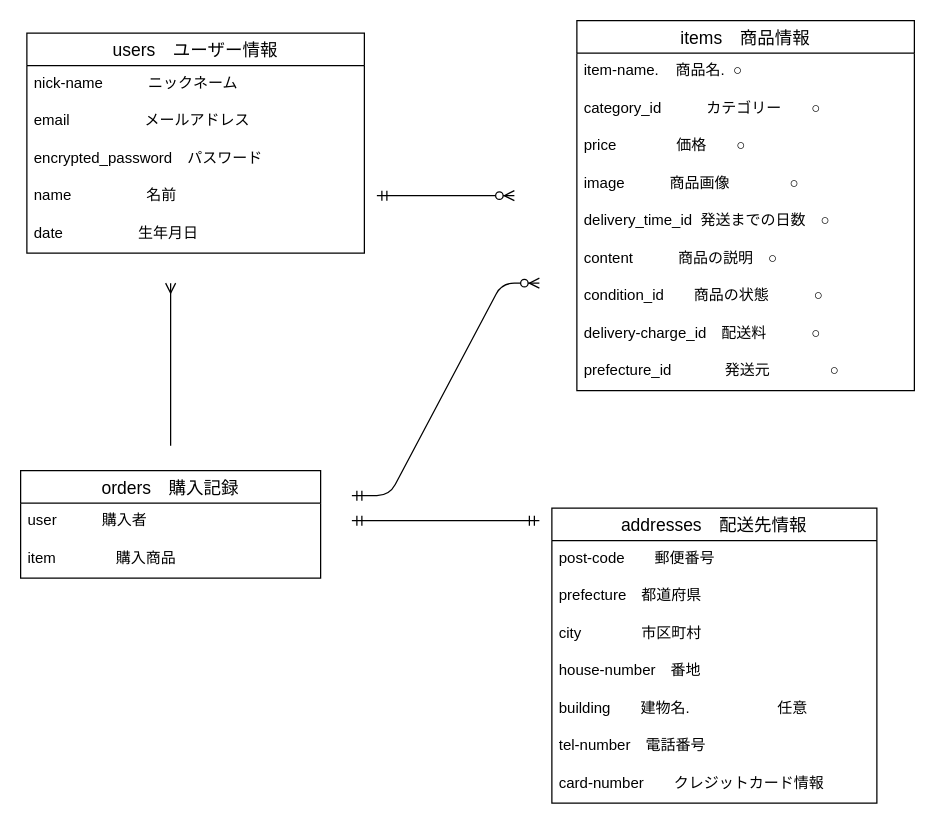
Earlier version of the draw.io diagram ER図.dio (yamaguchinorimitsu/furima-38344). Source tidied: cells renumbered, new cells numbered last; positions are measured from the earlier drawing's top-left corner, leaving out a move shared by most shapes. Both pictures are drawn from the tidied source at 125%, with x=0, y=0 at pixel (20, 20).
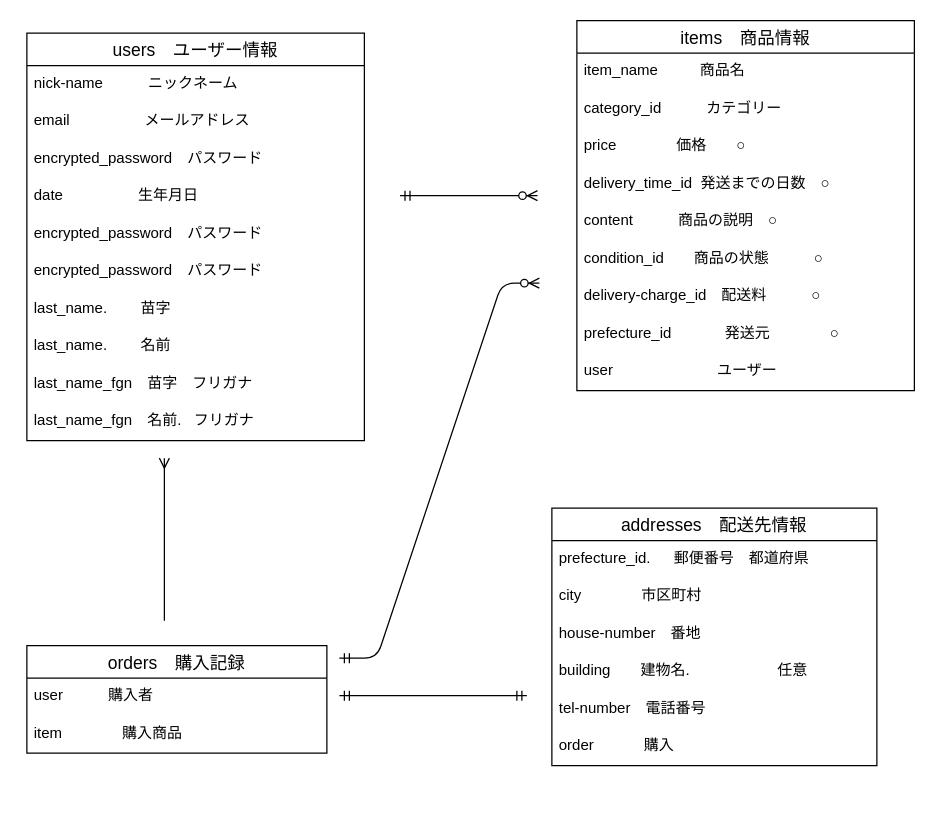
The same page after the edit.

Commit message (it also covers changes not shown here):
データベース修正２

Unchanged cells that the change refers to:
```xml
<mxCell id="8" value="items　商品情報" style="swimlane;fontStyle=0;horizontal=1;startSize=26;align=center;fontSize=14;" parent="1" vertex="1">
  <mxGeometry x="445" width="270" height="296" as="geometry" />
</mxCell>
```

Change to the diagram source:
```diff
@@
     <mxCell id="2" value="users　ユーザー情報" style="swimlane;fontStyle=0;horizontal=1;startSize=26;align=center;fontSize=14;" parent="1" vertex="1">
-      <mxGeometry x="5" y="10" width="270" height="176" as="geometry" />
+      <mxGeometry x="5" y="10" width="270" height="326" as="geometry" />
     </mxCell>
@@
-    <mxCell id="6" value="name　　　　　名前" style="text;strokeColor=none;fillColor=none;spacingLeft=4;spacingRight=4;overflow=hidden;fontSize=12;" parent="2" vertex="1">
-      <mxGeometry y="116" width="270" height="30" as="geometry" />
-    </mxCell>
     <mxCell id="7" value="date　　　　　生年月日" style="text;strokeColor=none;fillColor=none;spacingLeft=4;spacingRight=4;overflow=hidden;fontSize=12;" parent="2" vertex="1">
-      <mxGeometry y="146" width="270" height="30" as="geometry" />
+      <mxGeometry y="116" width="270" height="30" as="geometry" />
     </mxCell>
+    <mxCell id="33" value="encrypted_password　パスワード" style="text;strokeColor=none;fillColor=none;spacingLeft=4;spacingRight=4;overflow=hidden;fontSize=12;" parent="2" vertex="1">
+      <mxGeometry y="146" width="270" height="30" as="geometry" />
+    </mxCell>
+    <mxCell id="34" value="encrypted_password　パスワード" style="text;strokeColor=none;fillColor=none;spacingLeft=4;spacingRight=4;overflow=hidden;fontSize=12;" parent="2" vertex="1">
+      <mxGeometry y="176" width="270" height="30" as="geometry" />
+    </mxCell>
+    <mxCell id="35" value="last_name.        苗字" style="text;strokeColor=none;fillColor=none;spacingLeft=4;spacingRight=4;overflow=hidden;fontSize=12;" parent="2" vertex="1">
+      <mxGeometry y="206" width="270" height="30" as="geometry" />
+    </mxCell>
+    <mxCell id="36" value="last_name.        名前" style="text;strokeColor=none;fillColor=none;spacingLeft=4;spacingRight=4;overflow=hidden;fontSize=12;" parent="2" vertex="1">
+      <mxGeometry y="236" width="270" height="30" as="geometry" />
+    </mxCell>
+    <mxCell id="37" value="last_name_fgn　苗字　フリガナ" style="text;strokeColor=none;fillColor=none;spacingLeft=4;spacingRight=4;overflow=hidden;fontSize=12;" parent="2" vertex="1">
+      <mxGeometry y="266" width="270" height="30" as="geometry" />
+    </mxCell>
+    <mxCell id="38" value="last_name_fgn　名前.   フリガナ" style="text;strokeColor=none;fillColor=none;spacingLeft=4;spacingRight=4;overflow=hidden;fontSize=12;" parent="2" vertex="1">
+      <mxGeometry y="296" width="270" height="30" as="geometry" />
+    </mxCell>
@@
-    <mxCell id="9" value="item-name.    商品名.  ○" style="text;strokeColor=none;fillColor=none;spacingLeft=4;spacingRight=4;overflow=hidden;fontSize=12;" parent="8" vertex="1">
+    <mxCell id="9" value="item_name          商品名  " style="text;strokeColor=none;fillColor=none;spacingLeft=4;spacingRight=4;overflow=hidden;fontSize=12;" parent="8" vertex="1">
       <mxGeometry y="26" width="270" height="30" as="geometry" />
     </mxCell>
-    <mxCell id="10" value="category_id　　　カテゴリー　　○" style="text;strokeColor=none;fillColor=none;spacingLeft=4;spacingRight=4;overflow=hidden;fontSize=12;" parent="8" vertex="1">
+    <mxCell id="10" value="category_id　　　カテゴリー　　" style="text;strokeColor=none;fillColor=none;spacingLeft=4;spacingRight=4;overflow=hidden;fontSize=12;" parent="8" vertex="1">
       <mxGeometry y="56" width="270" height="30" as="geometry" />
     </mxCell>
@@
-    <mxCell id="12" value="image　　　商品画像　　　　○" style="text;strokeColor=none;fillColor=none;spacingLeft=4;spacingRight=4;overflow=hidden;fontSize=12;" parent="8" vertex="1">
-      <mxGeometry y="116" width="270" height="30" as="geometry" />
-    </mxCell>
     <mxCell id="13" value="delivery_time_id  発送までの日数　○" style="text;strokeColor=none;fillColor=none;spacingLeft=4;spacingRight=4;overflow=hidden;fontSize=12;" parent="8" vertex="1">
-      <mxGeometry y="146" width="270" height="30" as="geometry" />
+      <mxGeometry y="116" width="270" height="30" as="geometry" />
     </mxCell>
     <mxCell id="14" value="content　　　商品の説明　○" style="text;strokeColor=none;fillColor=none;spacingLeft=4;spacingRight=4;overflow=hidden;fontSize=12;" parent="8" vertex="1">
-      <mxGeometry y="176" width="270" height="30" as="geometry" />
+      <mxGeometry y="146" width="270" height="30" as="geometry" />
     </mxCell>
     <mxCell id="15" value="condition_id　　商品の状態　　　○" style="text;strokeColor=none;fillColor=none;spacingLeft=4;spacingRight=4;overflow=hidden;fontSize=12;" parent="8" vertex="1">
-      <mxGeometry y="206" width="270" height="30" as="geometry" />
+      <mxGeometry y="176" width="270" height="30" as="geometry" />
     </mxCell>
     <mxCell id="16" value="delivery-charge_id　配送料　　　○" style="text;strokeColor=none;fillColor=none;spacingLeft=4;spacingRight=4;overflow=hidden;fontSize=12;" parent="8" vertex="1">
-      <mxGeometry y="236" width="270" height="30" as="geometry" />
+      <mxGeometry y="206" width="270" height="30" as="geometry" />
     </mxCell>
     <mxCell id="17" value="prefecture_id  　　　発送元　　　　○" style="text;strokeColor=none;fillColor=none;spacingLeft=4;spacingRight=4;overflow=hidden;fontSize=12;" parent="8" vertex="1">
-      <mxGeometry y="266" width="270" height="30" as="geometry" />
+      <mxGeometry y="236" width="270" height="30" as="geometry" />
     </mxCell>
+    <mxCell id="39" value="user                         ユーザー" style="text;strokeColor=none;fillColor=none;spacingLeft=4;spacingRight=4;overflow=hidden;fontSize=12;" parent="8" vertex="1">
+      <mxGeometry y="266" width="270" height="30" as="geometry" />
+    </mxCell>
     <mxCell id="18" style="edgeStyle=none;html=1;startArrow=none;startFill=0;endArrow=ERmany;endFill=0;" parent="1" edge="1">
       <mxGeometry relative="1" as="geometry">
-        <mxPoint x="120" y="340" as="sourcePoint" />
-        <mxPoint x="120" y="210" as="targetPoint" />
+        <mxPoint x="115" y="480" as="sourcePoint" />
+        <mxPoint x="115" y="350" as="targetPoint" />
       </mxGeometry>
     </mxCell>
     <mxCell id="19" value="orders　購入記録" style="swimlane;fontStyle=0;horizontal=1;startSize=26;align=center;fontSize=14;" parent="1" vertex="1">
-      <mxGeometry y="360" width="240" height="86" as="geometry" />
+      <mxGeometry x="5" y="500" width="240" height="86" as="geometry" />
     </mxCell>
@@
     <mxCell id="22" value="addresses　配送先情報" style="swimlane;fontStyle=0;horizontal=1;startSize=26;align=center;fontSize=14;" parent="1" vertex="1">
-      <mxGeometry x="425" y="390" width="260" height="236" as="geometry" />
+      <mxGeometry x="425" y="390" width="260" height="206" as="geometry" />
     </mxCell>
-    <mxCell id="23" value="post-code　　郵便番号" style="text;strokeColor=none;fillColor=none;spacingLeft=4;spacingRight=4;overflow=hidden;fontSize=12;" parent="22" vertex="1">
-      <mxGeometry y="26" width="260" height="30" as="geometry" />
-    </mxCell>
-    <mxCell id="24" value="prefecture　都道府県" style="text;strokeColor=none;fillColor=none;spacingLeft=4;spacingRight=4;overflow=hidden;fontSize=12;" parent="22" vertex="1">
-      <mxGeometry y="56" width="260" height="30" as="geometry" />
+    <mxCell id="24" value="prefecture_id. 　 郵便番号　都道府県" style="text;strokeColor=none;fillColor=none;spacingLeft=4;spacingRight=4;overflow=hidden;fontSize=12;" parent="22" vertex="1">
+      <mxGeometry y="26" width="260" height="30" as="geometry" />
     </mxCell>
     <mxCell id="25" value="city　　　　市区町村" style="text;strokeColor=none;fillColor=none;spacingLeft=4;spacingRight=4;overflow=hidden;fontSize=12;" parent="22" vertex="1">
-      <mxGeometry y="86" width="260" height="30" as="geometry" />
+      <mxGeometry y="56" width="260" height="30" as="geometry" />
     </mxCell>
     <mxCell id="26" value="house-number　番地" style="text;strokeColor=none;fillColor=none;spacingLeft=4;spacingRight=4;overflow=hidden;fontSize=12;" parent="22" vertex="1">
-      <mxGeometry y="116" width="260" height="30" as="geometry" />
+      <mxGeometry y="86" width="260" height="30" as="geometry" />
     </mxCell>
     <mxCell id="27" value="building　　建物名.  　　　　　 任意" style="text;strokeColor=none;fillColor=none;spacingLeft=4;spacingRight=4;overflow=hidden;fontSize=12;" parent="22" vertex="1">
-      <mxGeometry y="146" width="260" height="30" as="geometry" />
+      <mxGeometry y="116" width="260" height="30" as="geometry" />
     </mxCell>
     <mxCell id="28" value="tel-number　電話番号" style="text;strokeColor=none;fillColor=none;spacingLeft=4;spacingRight=4;overflow=hidden;fontSize=12;" parent="22" vertex="1">
-      <mxGeometry y="176" width="260" height="30" as="geometry" />
+      <mxGeometry y="146" width="260" height="30" as="geometry" />
     </mxCell>
-    <mxCell id="29" value="card-number　　クレジットカード情報" style="text;strokeColor=none;fillColor=none;spacingLeft=4;spacingRight=4;overflow=hidden;fontSize=12;" parent="22" vertex="1">
-      <mxGeometry y="206" width="260" height="30" as="geometry" />
-    </mxCell>
+    <mxCell id="40" value="order            購入           " style="text;strokeColor=none;fillColor=none;spacingLeft=4;spacingRight=4;overflow=hidden;fontSize=12;" parent="22" vertex="1">
+      <mxGeometry y="176" width="260" height="30" as="geometry" />
+    </mxCell>
     <mxCell id="30" style="edgeStyle=entityRelationEdgeStyle;fontSize=12;html=1;endArrow=ERzeroToMany;startArrow=ERmandOne;" parent="1" edge="1">
       <mxGeometry relative="1" as="geometry">
-        <mxPoint x="285" y="140" as="sourcePoint" />
-        <mxPoint x="395" y="140" as="targetPoint" />
+        <mxPoint x="303.5" y="140" as="sourcePoint" />
+        <mxPoint x="413.5" y="140" as="targetPoint" />
       </mxGeometry>
     </mxCell>
     <mxCell id="31" style="edgeStyle=entityRelationEdgeStyle;fontSize=12;html=1;endArrow=ERzeroToMany;startArrow=ERmandOne;" parent="1" edge="1">
       <mxGeometry relative="1" as="geometry">
-        <mxPoint x="265" y="380" as="sourcePoint" />
+        <mxPoint x="255" y="510" as="sourcePoint" />
         <mxPoint x="415" y="210" as="targetPoint" />
       </mxGeometry>
     </mxCell>
     <mxCell id="32" style="edgeStyle=entityRelationEdgeStyle;fontSize=12;html=1;endArrow=ERmandOne;startArrow=ERmandOne;" parent="1" edge="1">
       <mxGeometry relative="1" as="geometry">
-        <mxPoint x="265" y="400" as="sourcePoint" />
-        <mxPoint x="415" y="400" as="targetPoint" />
+        <mxPoint x="255" y="540" as="sourcePoint" />
+        <mxPoint x="405" y="540" as="targetPoint" />
       </mxGeometry>
     </mxCell>
```
